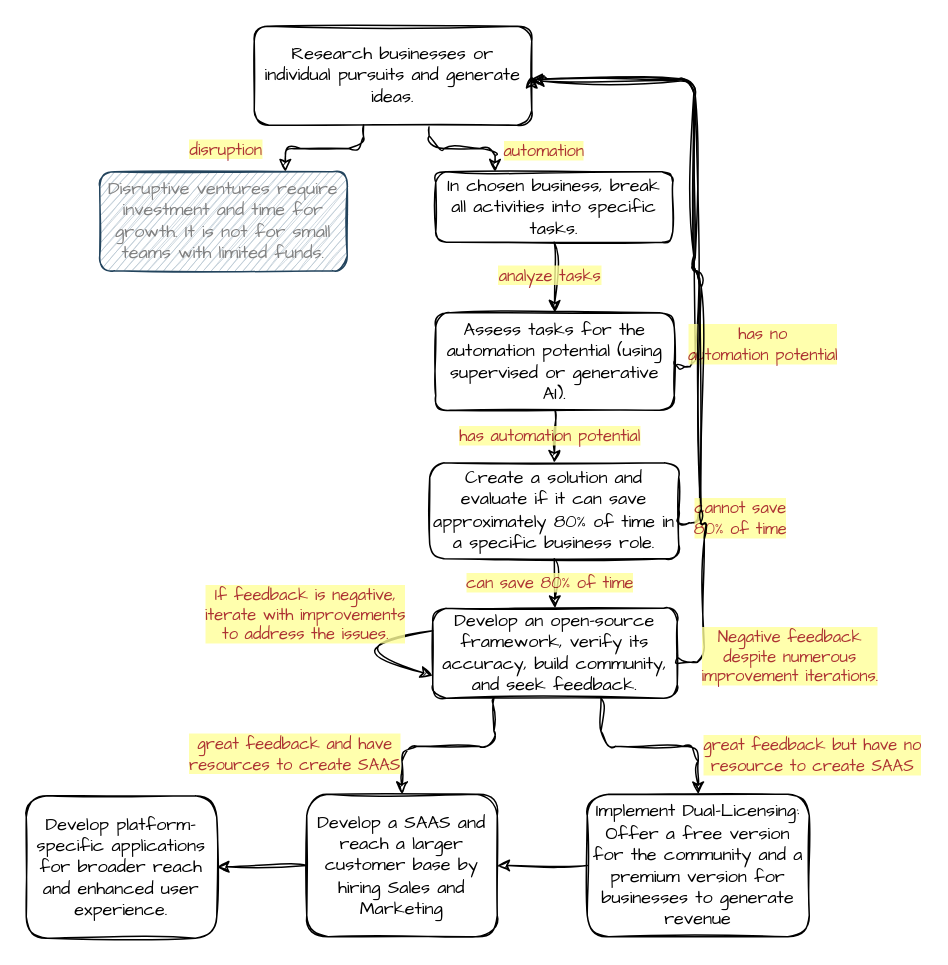
dimastatz/dimastatz.github.io keeps this draw.io diagram as page "Page-2" (2 of 2) of posts/opportunities-in-ai-2023/readme.drawio. Above is the earlier version. Source tidied: cells renumbered, new cells numbered last; positions are measured from the earlier drawing's top-left corner, leaving out a move shared by most shapes. Both pictures are drawn from the tidied source at 150%, with x=0, y=0 at pixel (26, 26).
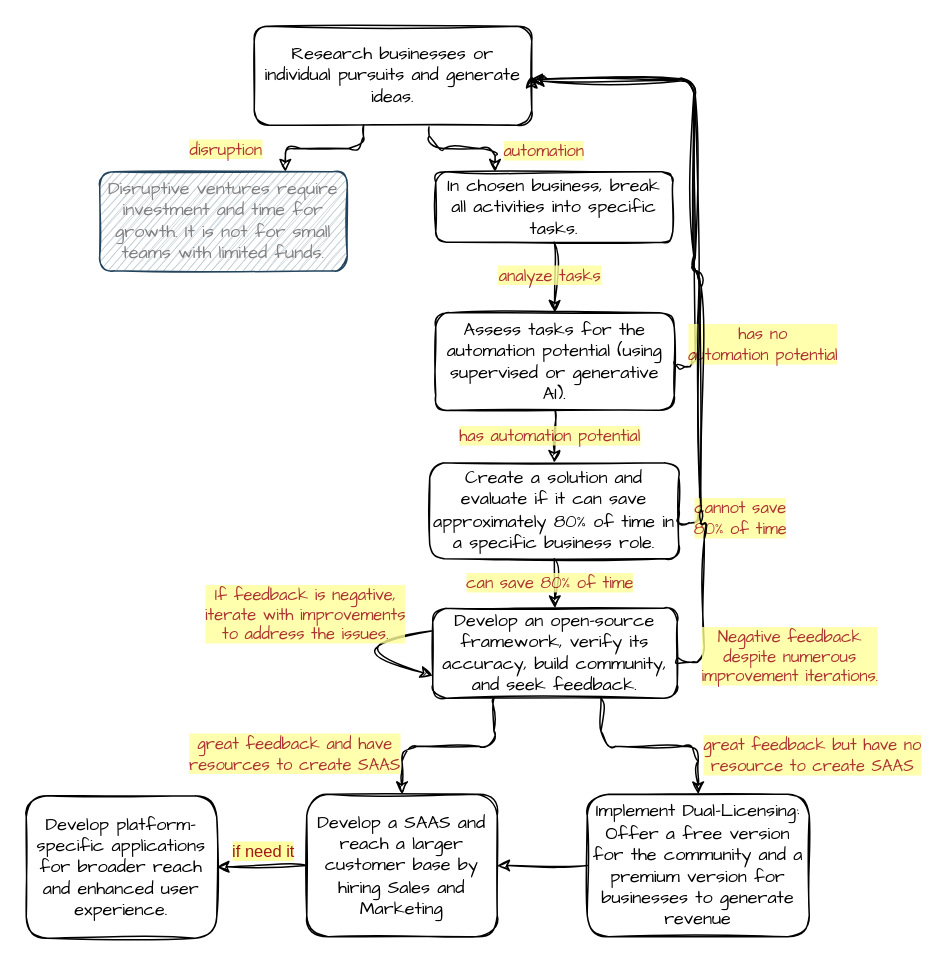
After the change.

The change refers to these unchanged cells:
```xml
<mxCell id="34" style="html=1;exitX=0;exitY=0.5;exitDx=0;exitDy=0;fontFamily=Comic Sans MS;sketch=1;curveFitting=1;jiggle=2;entryX=1;entryY=0.5;entryDx=0;entryDy=0;" parent="1" edge="1" source="29" target="33">
  <mxGeometry relative="1" as="geometry" />
</mxCell>
```

The edit, as a diff of the source:
```diff
@@
+    <mxCell id="35" value="if need it" style="edgeLabel;html=1;align=center;verticalAlign=middle;labelBackgroundColor=#FFFF99;fontColor=#990000;textOpacity=90;" parent="34" vertex="1">
+      <mxGeometry x="0.07" y="1" relative="1" as="geometry">
+        <mxPoint x="2" y="-12" as="offset" />
+      </mxGeometry>
+    </mxCell>
```
